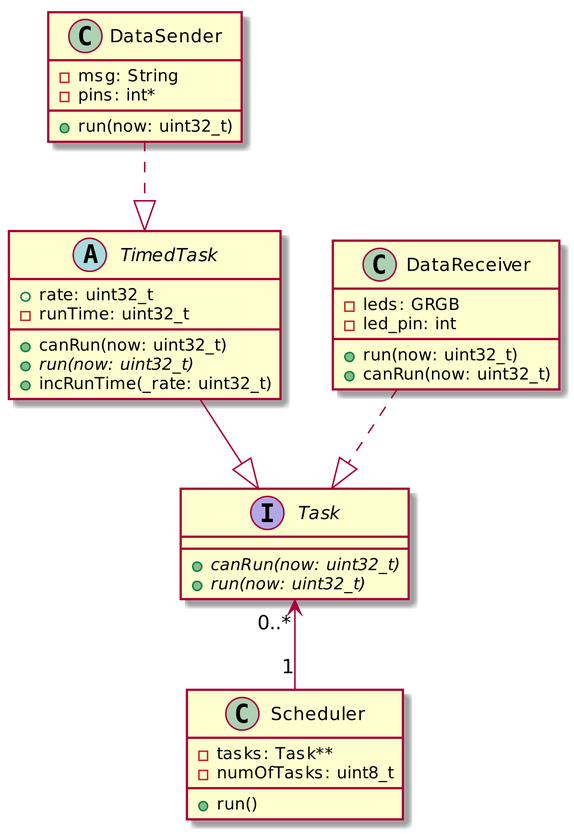
This is uml/out/arduino/arduino.png from Anders-Clement/B208, a PlantUML export, as it was before one commit.
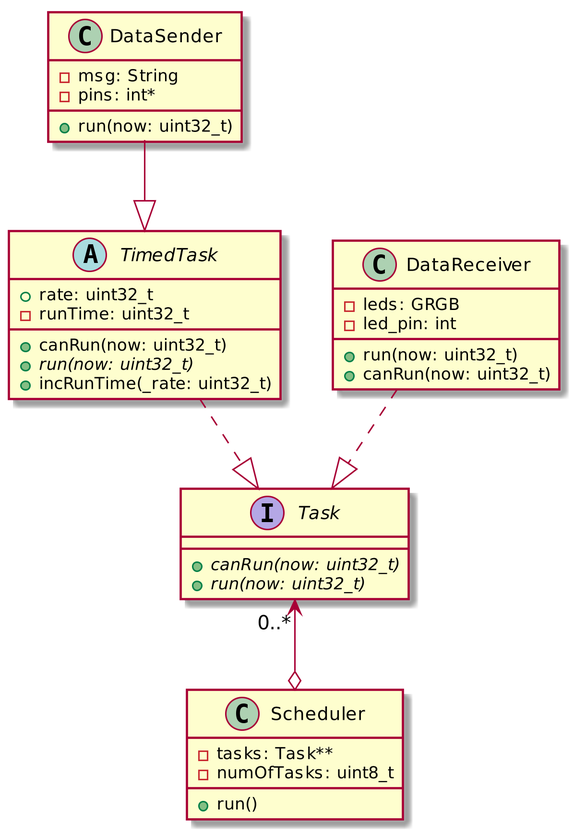
The same file after the commit.

Change to the diagram source:
```diff
@@ -34,9 +34,9 @@
     + canRun(now: uint32_t)
 }
 
-TimedTask --|> Task
-Scheduler "1" -up-> "0..*" Task
+TimedTask ..|> Task
+Scheduler o-up-> "0..*" Task
 
 DataReceiver .down.|> Task
-DataSender .down.|> TimedTask
+DataSender -down-|> TimedTask
 @enduml
```
